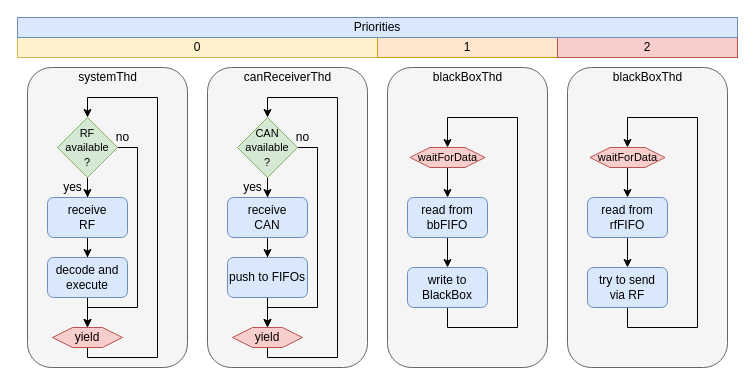
Above: documentation/diagrams/SCU_threads.drawio in tjarker/Telemetry (draw.io), before the change. Source tidied: cells renumbered, new cells numbered last; positions are measured from the earlier drawing's top-left corner, leaving out a move shared by most shapes. Both pictures are drawn from the tidied source at 100%, with x=0, y=0 at pixel (17, 17).
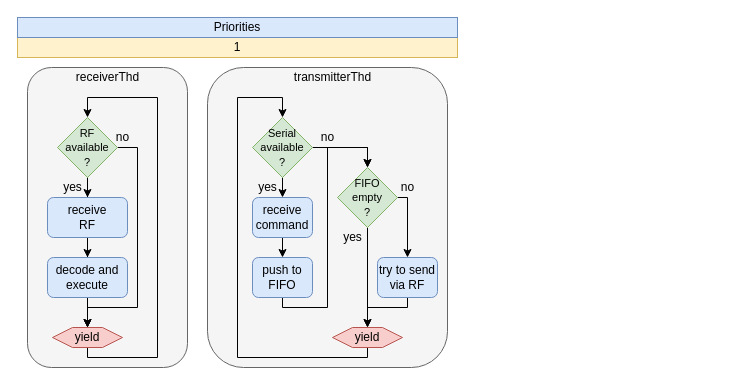
The same page after the edit.

Commit message (it also covers changes not shown here):
added SVU threads

Unchanged cells that the change refers to:
```xml
<mxCell id="24" value="decode and execute" style="rounded=1;whiteSpace=wrap;html=1;fillColor=#dae8fc;strokeColor=#6c8ebf;" parent="1" vertex="1">
  <mxGeometry x="30" y="240" width="80" height="40" as="geometry" />
</mxCell>
<mxCell id="26" value="yield" style="shape=hexagon;perimeter=hexagonPerimeter2;whiteSpace=wrap;html=1;fixedSize=1;fillColor=#f8cecc;strokeColor=#b85450;" parent="1" vertex="1">
  <mxGeometry x="35" y="310" width="70" height="20" as="geometry" />
</mxCell>
```

What changed in the source:
```diff
@@
-    <mxCell id="2" style="rounded=1;whiteSpace=wrap;html=1;fillColor=#f5f5f5;strokeColor=#666666;fontColor=#333333;" parent="1" vertex="1">
-      <mxGeometry x="190" y="50" width="160" height="300" as="geometry" />
-    </mxCell>
-    <mxCell id="3" value="canReceiverThd" style="text;html=1;align=center;verticalAlign=middle;strokeColor=none;" parent="1" vertex="1">
-      <mxGeometry x="220" y="50" width="100" height="20" as="geometry" />
-    </mxCell>
-    <mxCell id="4" style="edgeStyle=orthogonalEdgeStyle;rounded=0;jettySize=auto;html=1;entryX=0.5;entryY=0;entryDx=0;entryDy=0;" parent="1" edge="1" source="6" target="8">
-      <mxGeometry relative="1" as="geometry" />
-    </mxCell>
-    <mxCell id="5" style="edgeStyle=orthogonalEdgeStyle;rounded=0;jettySize=auto;html=1;exitX=1;exitY=0.5;exitDx=0;exitDy=0;entryX=0.5;entryY=0;entryDx=0;entryDy=0;" parent="1" edge="1" source="6" target="12">
-      <mxGeometry relative="1" as="geometry">
-        <Array as="points">
-          <mxPoint x="300" y="130" />
-          <mxPoint x="300" y="290" />
-          <mxPoint x="250" y="290" />
-        </Array>
-      </mxGeometry>
-    </mxCell>
-    <mxCell id="6" value="&lt;font style=&quot;font-size: 11px&quot;&gt;CAN&lt;br&gt;available&lt;br&gt;?&lt;/font&gt;" style="rhombus;whiteSpace=wrap;html=1;fillColor=#d5e8d4;strokeColor=#82b366;" parent="1" vertex="1">
-      <mxGeometry x="220" y="100" width="60" height="60" as="geometry" />
-    </mxCell>
-    <mxCell id="7" style="edgeStyle=orthogonalEdgeStyle;rounded=0;jettySize=auto;html=1;entryX=0.5;entryY=0;entryDx=0;entryDy=0;" parent="1" edge="1" source="8" target="10">
-      <mxGeometry relative="1" as="geometry" />
-    </mxCell>
-    <mxCell id="8" value="receive&lt;br&gt;CAN" style="rounded=1;whiteSpace=wrap;html=1;fillColor=#dae8fc;strokeColor=#6c8ebf;" parent="1" vertex="1">
-      <mxGeometry x="210" y="180" width="80" height="40" as="geometry" />
-    </mxCell>
-    <mxCell id="9" style="edgeStyle=orthogonalEdgeStyle;rounded=0;jettySize=auto;html=1;exitX=0.5;exitY=1;exitDx=0;exitDy=0;entryX=0.5;entryY=0;entryDx=0;entryDy=0;" parent="1" edge="1" source="10" target="12">
-      <mxGeometry relative="1" as="geometry" />
-    </mxCell>
-    <mxCell id="10" value="push to FIFOs" style="rounded=1;whiteSpace=wrap;html=1;fillColor=#dae8fc;strokeColor=#6c8ebf;" parent="1" vertex="1">
-      <mxGeometry x="210" y="240" width="80" height="40" as="geometry" />
-    </mxCell>
-    <mxCell id="11" style="edgeStyle=orthogonalEdgeStyle;rounded=0;jettySize=auto;html=1;exitX=0.5;exitY=1;exitDx=0;exitDy=0;entryX=0.5;entryY=0;entryDx=0;entryDy=0;" parent="1" edge="1" source="12" target="6">
-      <mxGeometry relative="1" as="geometry">
-        <Array as="points">
-          <mxPoint x="250" y="340" />
-          <mxPoint x="320" y="340" />
-          <mxPoint x="320" y="80" />
-          <mxPoint x="250" y="80" />
-        </Array>
-      </mxGeometry>
-    </mxCell>
-    <mxCell id="12" value="yield" style="shape=hexagon;perimeter=hexagonPerimeter2;whiteSpace=wrap;html=1;fixedSize=1;fillColor=#f8cecc;strokeColor=#b85450;" parent="1" vertex="1">
-      <mxGeometry x="215" y="310" width="70" height="20" as="geometry" />
-    </mxCell>
-    <mxCell id="13" value="yes" style="text;html=1;align=center;verticalAlign=middle;strokeColor=none;" parent="1" vertex="1">
-      <mxGeometry x="220" y="160" width="30" height="20" as="geometry" />
-    </mxCell>
-    <mxCell id="14" value="no" style="text;html=1;align=center;verticalAlign=middle;strokeColor=none;" parent="1" vertex="1">
-      <mxGeometry x="270" y="110" width="30" height="20" as="geometry" />
-    </mxCell>
-    <mxCell id="15" value="0" style="rounded=0;whiteSpace=wrap;html=1;fillColor=#fff2cc;strokeColor=#d6b656;" parent="1" vertex="1">
-      <mxGeometry y="20" width="360" height="20" as="geometry" />
+    <mxCell id="15" value="1" style="rounded=0;whiteSpace=wrap;html=1;fillColor=#fff2cc;strokeColor=#d6b656;" parent="1" vertex="1">
+      <mxGeometry y="20" width="440" height="20" as="geometry" />
     </mxCell>
@@
-    <mxCell id="17" value="systemThd" style="text;html=1;align=center;verticalAlign=middle;strokeColor=none;" parent="1" vertex="1">
-      <mxGeometry x="55" y="50" width="70" height="20" as="geometry" />
+    <mxCell id="17" value="receiverThd" style="text;html=1;align=center;verticalAlign=middle;strokeColor=none;" parent="1" vertex="1">
+      <mxGeometry x="50" y="50" width="80" height="20" as="geometry" />
     </mxCell>
@@
+    <mxCell id="48" style="edgeStyle=orthogonalEdgeStyle;rounded=0;jettySize=auto;html=1;" parent="1" edge="1" source="24" target="26">
+      <mxGeometry relative="1" as="geometry" />
+    </mxCell>
@@
-    <mxCell id="29" value="1" style="rounded=0;whiteSpace=wrap;html=1;fillColor=#ffe6cc;strokeColor=#d79b00;" parent="1" vertex="1">
-      <mxGeometry x="360" y="20" width="180" height="20" as="geometry" />
-    </mxCell>
-    <mxCell id="30" value="2" style="rounded=0;whiteSpace=wrap;html=1;fillColor=#f8cecc;strokeColor=#b85450;" parent="1" vertex="1">
-      <mxGeometry x="540" y="20" width="180" height="20" as="geometry" />
-    </mxCell>
     <mxCell id="31" value="Priorities" style="rounded=0;whiteSpace=wrap;html=1;fillColor=#dae8fc;strokeColor=#6c8ebf;align=center;" parent="1" vertex="1">
-      <mxGeometry width="720" height="20" as="geometry" />
+      <mxGeometry width="440" height="20" as="geometry" />
     </mxCell>
-    <mxCell id="32" style="rounded=1;whiteSpace=wrap;html=1;fillColor=#f5f5f5;strokeColor=#666666;fontColor=#333333;" parent="1" vertex="1">
-      <mxGeometry x="370" y="50" width="160" height="300" as="geometry" />
-    </mxCell>
-    <mxCell id="33" value="blackBoxThd" style="text;html=1;align=center;verticalAlign=middle;strokeColor=none;" parent="1" vertex="1">
-      <mxGeometry x="410" y="50" width="80" height="20" as="geometry" />
-    </mxCell>
-    <mxCell id="34" style="edgeStyle=orthogonalEdgeStyle;rounded=0;jettySize=auto;html=1;exitX=0.5;exitY=1;exitDx=0;exitDy=0;entryX=0.5;entryY=0;entryDx=0;entryDy=0;fontSize=11;" parent="1" edge="1" source="35" target="39">
-      <mxGeometry relative="1" as="geometry" />
-    </mxCell>
-    <mxCell id="35" value="read from bbFIFO" style="rounded=1;whiteSpace=wrap;html=1;fillColor=#dae8fc;strokeColor=#6c8ebf;" parent="1" vertex="1">
-      <mxGeometry x="390" y="180" width="80" height="40" as="geometry" />
-    </mxCell>
-    <mxCell id="36" style="edgeStyle=orthogonalEdgeStyle;rounded=0;jettySize=auto;html=1;exitX=0.5;exitY=1;exitDx=0;exitDy=0;entryX=0.5;entryY=0;entryDx=0;entryDy=0;fontSize=11;" parent="1" edge="1" source="37" target="35">
-      <mxGeometry relative="1" as="geometry" />
-    </mxCell>
-    <mxCell id="37" value="waitForData" style="shape=hexagon;perimeter=hexagonPerimeter2;whiteSpace=wrap;html=1;fixedSize=1;fillColor=#f8cecc;strokeColor=#b85450;fontSize=11;" parent="1" vertex="1">
-      <mxGeometry x="392.5" y="130" width="75" height="20" as="geometry" />
-    </mxCell>
-    <mxCell id="38" style="edgeStyle=orthogonalEdgeStyle;rounded=0;jettySize=auto;html=1;entryX=0.5;entryY=0;entryDx=0;entryDy=0;fontSize=11;" parent="1" edge="1" source="39" target="37">
-      <mxGeometry relative="1" as="geometry">
-        <Array as="points">
-          <mxPoint x="430" y="310" />
-          <mxPoint x="500" y="310" />
-          <mxPoint x="500" y="100" />
-          <mxPoint x="430" y="100" />
-        </Array>
-      </mxGeometry>
-    </mxCell>
-    <mxCell id="39" value="write to&lt;br&gt;BlackBox" style="rounded=1;whiteSpace=wrap;html=1;fillColor=#dae8fc;strokeColor=#6c8ebf;" parent="1" vertex="1">
-      <mxGeometry x="390" y="250" width="80" height="40" as="geometry" />
-    </mxCell>
-    <mxCell id="40" style="rounded=1;whiteSpace=wrap;html=1;fillColor=#f5f5f5;strokeColor=#666666;fontColor=#333333;" parent="1" vertex="1">
-      <mxGeometry x="550" y="50" width="160" height="300" as="geometry" />
-    </mxCell>
-    <mxCell id="41" value="blackBoxThd" style="text;html=1;align=center;verticalAlign=middle;strokeColor=none;" parent="1" vertex="1">
-      <mxGeometry x="590" y="50" width="80" height="20" as="geometry" />
-    </mxCell>
-    <mxCell id="42" style="edgeStyle=orthogonalEdgeStyle;rounded=0;jettySize=auto;html=1;exitX=0.5;exitY=1;exitDx=0;exitDy=0;entryX=0.5;entryY=0;entryDx=0;entryDy=0;fontSize=11;" parent="1" edge="1" source="43" target="47">
-      <mxGeometry relative="1" as="geometry" />
-    </mxCell>
-    <mxCell id="43" value="read from rfFIFO" style="rounded=1;whiteSpace=wrap;html=1;fillColor=#dae8fc;strokeColor=#6c8ebf;" parent="1" vertex="1">
-      <mxGeometry x="570" y="180" width="80" height="40" as="geometry" />
-    </mxCell>
-    <mxCell id="44" style="edgeStyle=orthogonalEdgeStyle;rounded=0;jettySize=auto;html=1;exitX=0.5;exitY=1;exitDx=0;exitDy=0;entryX=0.5;entryY=0;entryDx=0;entryDy=0;fontSize=11;" parent="1" edge="1" source="45" target="43">
-      <mxGeometry relative="1" as="geometry" />
-    </mxCell>
-    <mxCell id="45" value="waitForData" style="shape=hexagon;perimeter=hexagonPerimeter2;whiteSpace=wrap;html=1;fixedSize=1;fillColor=#f8cecc;strokeColor=#b85450;fontSize=11;" parent="1" vertex="1">
-      <mxGeometry x="572.5" y="130" width="75" height="20" as="geometry" />
-    </mxCell>
-    <mxCell id="46" style="edgeStyle=orthogonalEdgeStyle;rounded=0;jettySize=auto;html=1;entryX=0.5;entryY=0;entryDx=0;entryDy=0;fontSize=11;" parent="1" edge="1" source="47" target="45">
-      <mxGeometry relative="1" as="geometry">
-        <Array as="points">
-          <mxPoint x="610" y="310" />
-          <mxPoint x="680" y="310" />
-          <mxPoint x="680" y="100" />
-          <mxPoint x="610" y="100" />
-        </Array>
-      </mxGeometry>
-    </mxCell>
+    <mxCell id="49" style="rounded=1;whiteSpace=wrap;html=1;fillColor=#f5f5f5;strokeColor=#666666;fontColor=#333333;" parent="1" vertex="1">
+      <mxGeometry x="190" y="50" width="240" height="300" as="geometry" />
+    </mxCell>
+    <mxCell id="50" value="transmitterThd" style="text;html=1;align=center;verticalAlign=middle;strokeColor=none;" parent="1" vertex="1">
+      <mxGeometry x="270" y="50" width="90" height="20" as="geometry" />
+    </mxCell>
+    <mxCell id="51" style="edgeStyle=orthogonalEdgeStyle;rounded=0;jettySize=auto;html=1;exitX=1;exitY=0.5;exitDx=0;exitDy=0;entryX=0.5;entryY=0;entryDx=0;entryDy=0;" parent="1" edge="1" source="53" target="61">
+      <mxGeometry relative="1" as="geometry" />
+    </mxCell>
+    <mxCell id="52" style="edgeStyle=orthogonalEdgeStyle;rounded=0;jettySize=auto;html=1;exitX=0.5;exitY=1;exitDx=0;exitDy=0;entryX=0.5;entryY=0;entryDx=0;entryDy=0;" parent="1" edge="1" source="53" target="64">
+      <mxGeometry relative="1" as="geometry" />
+    </mxCell>
+    <mxCell id="53" value="&lt;span style=&quot;font-size: 11px&quot;&gt;Serial available&lt;br&gt;?&lt;/span&gt;" style="rhombus;whiteSpace=wrap;html=1;fillColor=#d5e8d4;strokeColor=#82b366;" parent="1" vertex="1">
+      <mxGeometry x="235" y="100" width="60" height="60" as="geometry" />
+    </mxCell>
+    <mxCell id="54" style="edgeStyle=orthogonalEdgeStyle;rounded=0;jettySize=auto;html=1;exitX=0.5;exitY=1;exitDx=0;exitDy=0;entryX=0.5;entryY=0;entryDx=0;entryDy=0;" parent="1" edge="1" source="55" target="61">
+      <mxGeometry relative="1" as="geometry">
+        <Array as="points">
+          <mxPoint x="265" y="290" />
+          <mxPoint x="310" y="290" />
+          <mxPoint x="310" y="130" />
+          <mxPoint x="350" y="130" />
+        </Array>
+      </mxGeometry>
+    </mxCell>
+    <mxCell id="55" value="push to FIFO" style="rounded=1;whiteSpace=wrap;html=1;fillColor=#dae8fc;strokeColor=#6c8ebf;" parent="1" vertex="1">
+      <mxGeometry x="235" y="240" width="60" height="40" as="geometry" />
+    </mxCell>
+    <mxCell id="56" style="edgeStyle=orthogonalEdgeStyle;rounded=0;jettySize=auto;html=1;exitX=0.5;exitY=1;exitDx=0;exitDy=0;entryX=0.5;entryY=0;entryDx=0;entryDy=0;" parent="1" edge="1" source="12" target="53">
+      <mxGeometry relative="1" as="geometry">
+        <Array as="points">
+          <mxPoint x="350" y="340" />
+          <mxPoint x="220" y="340" />
+          <mxPoint x="220" y="80" />
+          <mxPoint x="265" y="80" />
+        </Array>
+      </mxGeometry>
+    </mxCell>
+    <mxCell id="12" value="yield" style="shape=hexagon;perimeter=hexagonPerimeter2;whiteSpace=wrap;html=1;fixedSize=1;fillColor=#f8cecc;strokeColor=#b85450;" parent="1" vertex="1">
+      <mxGeometry x="315" y="310" width="70" height="20" as="geometry" />
+    </mxCell>
+    <mxCell id="57" value="yes" style="text;html=1;align=center;verticalAlign=middle;strokeColor=none;" parent="1" vertex="1">
+      <mxGeometry x="235" y="160" width="30" height="20" as="geometry" />
+    </mxCell>
+    <mxCell id="58" value="no" style="text;html=1;align=center;verticalAlign=middle;strokeColor=none;" parent="1" vertex="1">
+      <mxGeometry x="295" y="110" width="30" height="20" as="geometry" />
+    </mxCell>
+    <mxCell id="59" style="edgeStyle=orthogonalEdgeStyle;rounded=0;jettySize=auto;html=1;exitX=1;exitY=0.5;exitDx=0;exitDy=0;entryX=0.5;entryY=0;entryDx=0;entryDy=0;" parent="1" edge="1" source="61" target="47">
+      <mxGeometry relative="1" as="geometry">
+        <Array as="points">
+          <mxPoint x="390" y="180" />
+        </Array>
+      </mxGeometry>
+    </mxCell>
+    <mxCell id="60" style="edgeStyle=orthogonalEdgeStyle;rounded=0;jettySize=auto;html=1;exitX=0.5;exitY=1;exitDx=0;exitDy=0;entryX=0.5;entryY=0;entryDx=0;entryDy=0;" parent="1" edge="1" source="61" target="12">
+      <mxGeometry relative="1" as="geometry" />
+    </mxCell>
+    <mxCell id="61" value="&lt;span style=&quot;font-size: 11px&quot;&gt;FIFO empty&lt;br&gt;?&lt;/span&gt;" style="rhombus;whiteSpace=wrap;html=1;fillColor=#d5e8d4;strokeColor=#82b366;" parent="1" vertex="1">
+      <mxGeometry x="320" y="150" width="60" height="60" as="geometry" />
+    </mxCell>
+    <mxCell id="62" style="edgeStyle=orthogonalEdgeStyle;rounded=0;jettySize=auto;html=1;exitX=0.5;exitY=1;exitDx=0;exitDy=0;" parent="1" edge="1" source="47">
+      <mxGeometry relative="1" as="geometry">
+        <mxPoint x="350" y="310" as="targetPoint" />
+        <Array as="points">
+          <mxPoint x="390" y="290" />
+          <mxPoint x="350" y="290" />
+        </Array>
+      </mxGeometry>
+    </mxCell>
     <mxCell id="47" value="try to send&lt;br&gt;via RF" style="rounded=1;whiteSpace=wrap;html=1;fillColor=#dae8fc;strokeColor=#6c8ebf;" parent="1" vertex="1">
-      <mxGeometry x="570" y="250" width="80" height="40" as="geometry" />
+      <mxGeometry x="360" y="240" width="60" height="40" as="geometry" />
     </mxCell>
+    <mxCell id="63" style="edgeStyle=orthogonalEdgeStyle;rounded=0;jettySize=auto;html=1;exitX=0.5;exitY=1;exitDx=0;exitDy=0;entryX=0.5;entryY=0;entryDx=0;entryDy=0;" parent="1" edge="1" source="64" target="55">
+      <mxGeometry relative="1" as="geometry" />
+    </mxCell>
+    <mxCell id="64" value="receive command" style="rounded=1;whiteSpace=wrap;html=1;fillColor=#dae8fc;strokeColor=#6c8ebf;" parent="1" vertex="1">
+      <mxGeometry x="235" y="180" width="60" height="40" as="geometry" />
+    </mxCell>
+    <mxCell id="65" value="yes" style="text;html=1;align=center;verticalAlign=middle;strokeColor=none;" parent="1" vertex="1">
+      <mxGeometry x="320" y="210" width="30" height="20" as="geometry" />
+    </mxCell>
+    <mxCell id="66" value="no" style="text;html=1;align=center;verticalAlign=middle;strokeColor=none;" parent="1" vertex="1">
+      <mxGeometry x="375" y="160" width="30" height="20" as="geometry" />
+    </mxCell>
```
